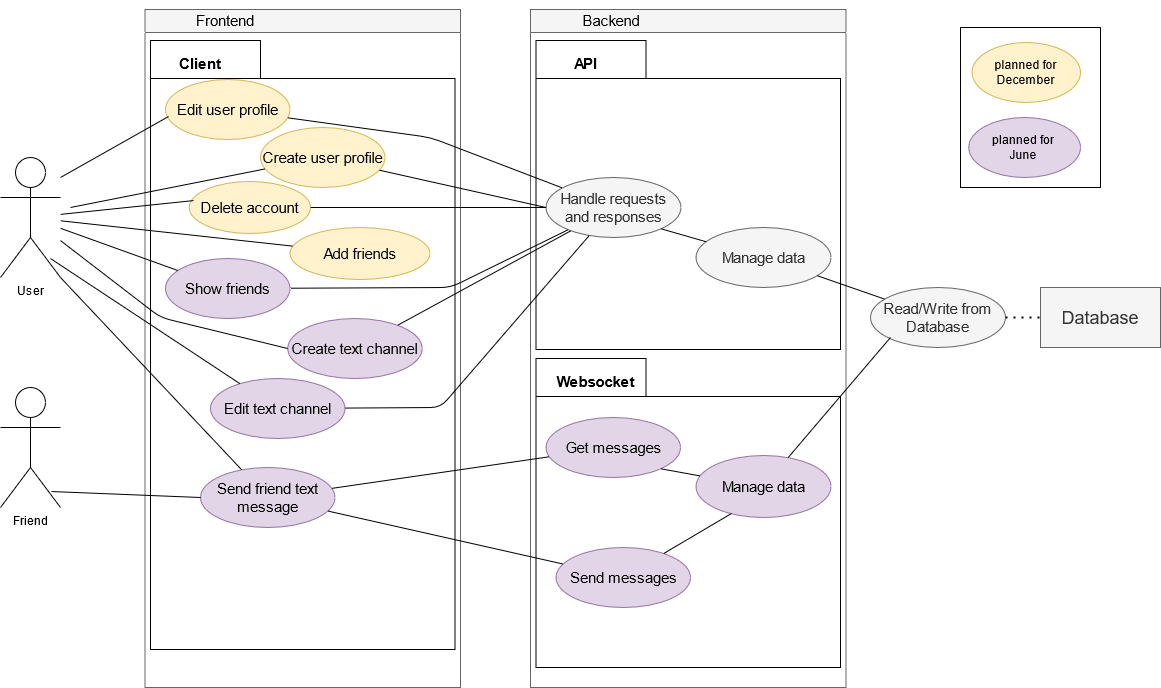
LorenzSeufert/CeangalMessenger---Documentation keeps this draw.io diagram as UseCaseDiagram.png. Above is the earlier version. Source tidied: cells renumbered, new cells last; positions are measured from the earlier drawing's top-left corner, leaving out a move shared by most shapes.
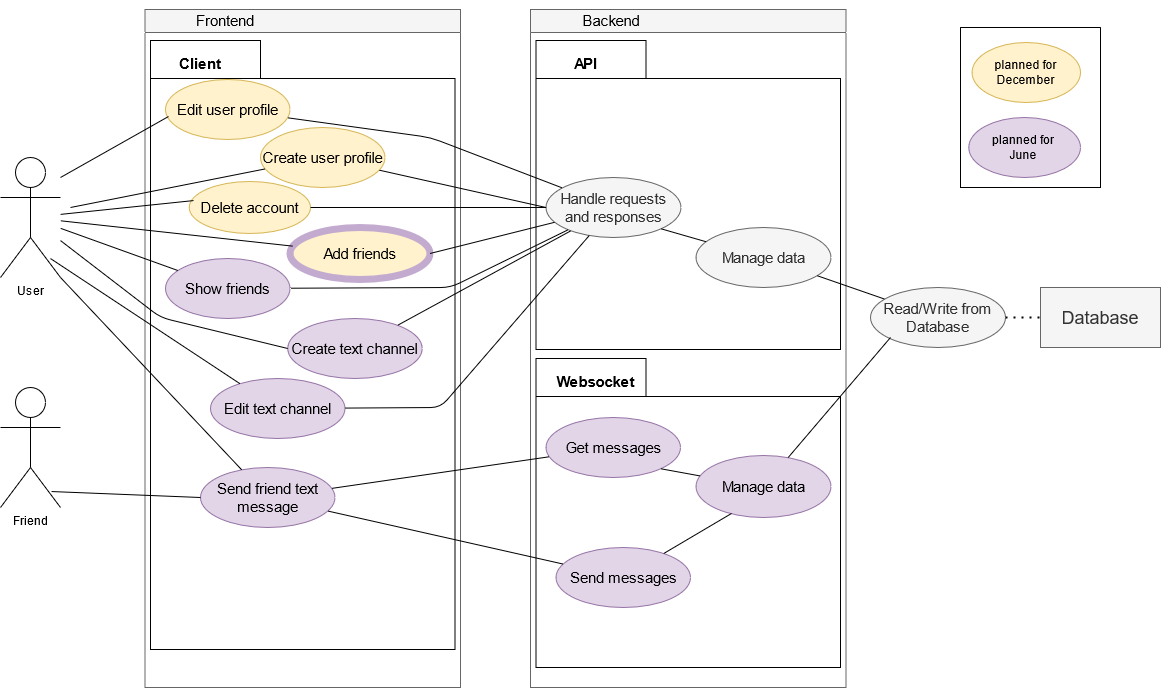
Later version of the same file.

The edit, as a diff of the source:
```diff
@@ -17,7 +17,7 @@
     <mxCell id="6" value="Create text channel" style="ellipse;whiteSpace=wrap;html=1;strokeColor=#9673a6;fillColor=#e1d5e7;fontSize=15;" parent="2" vertex="1">
       <mxGeometry x="142.7" y="309" width="134.5" height="60" as="geometry" />
     </mxCell>
-    <mxCell id="7" value="Add friends" style="ellipse;whiteSpace=wrap;html=1;strokeColor=#d6b656;fillColor=#fff2cc;fontSize=15;" parent="2" vertex="1">
+    <mxCell id="7" value="Add friends" style="ellipse;whiteSpace=wrap;html=1;fillColor=#fff2cc;fontSize=15;strokeColor=#C3ABD0;strokeWidth=7;" parent="2" vertex="1">
       <mxGeometry x="145" y="218" width="140" height="52" as="geometry" />
     </mxCell>
     <mxCell id="8" value="Delete account" style="ellipse;whiteSpace=wrap;html=1;strokeColor=#d6b656;fillColor=#fff2cc;fontSize=15;" parent="2" vertex="1">
@@ -189,5 +189,8 @@
     <mxCell id="56" style="endArrow=none;html=1;exitX=0.833;exitY=0.842;exitDx=0;exitDy=0;exitPerimeter=0;" parent="1" edge="1" source="14" target="10">
       <mxGeometry relative="1" as="geometry" />
     </mxCell>
+    <mxCell id="57" style="endArrow=none;html=1;exitX=1;exitY=0.5;exitDx=0;exitDy=0;" parent="1" edge="1" source="7" target="23">
+      <mxGeometry relative="1" as="geometry" />
+    </mxCell>
   </root>
 </mxGraphModel>
```
